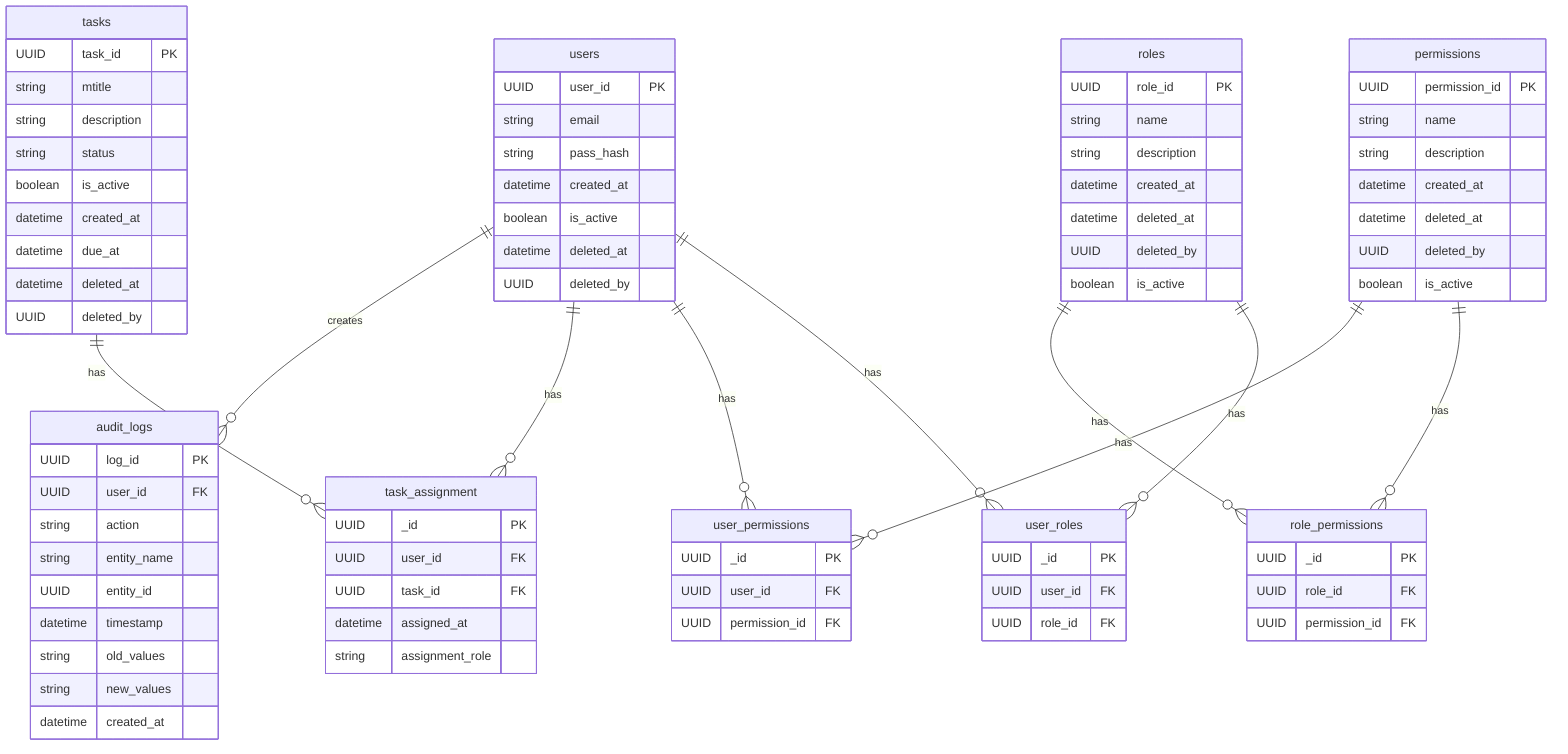
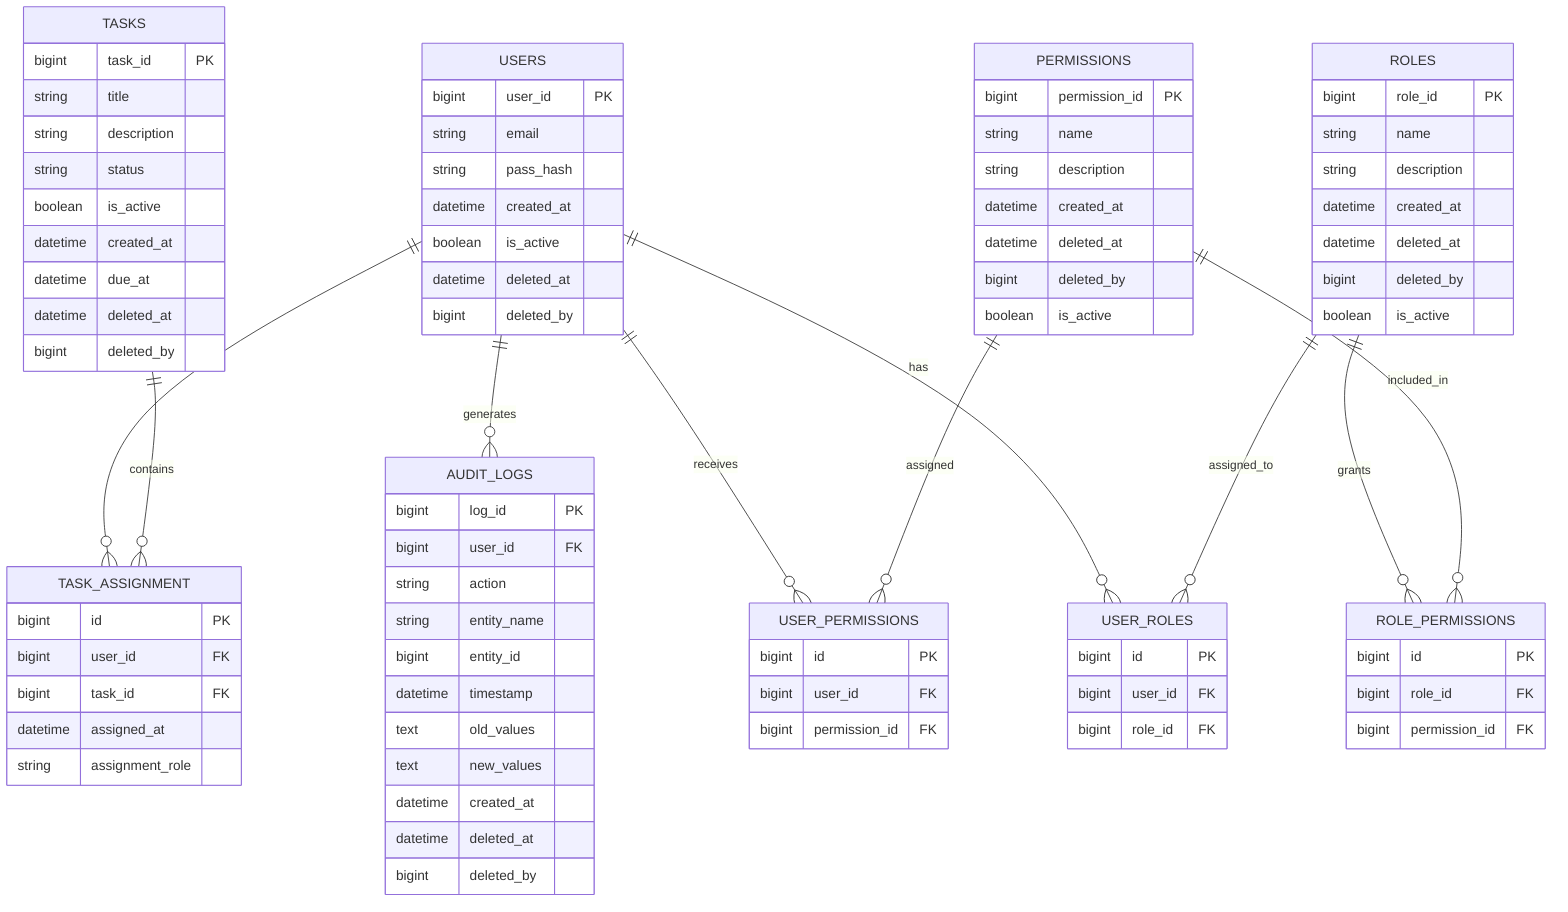
erDiagram
-     users {
-         UUID user_id PK
+ 
+     USERS {
+         bigint user_id PK
        string email
        string pass_hash
        datetime created_at
        boolean is_active
        datetime deleted_at
-         UUID deleted_by
+         bigint deleted_by
    }

-     roles {
-         UUID role_id PK
-         string name
-         string description
-         datetime created_at
-         datetime deleted_at
-         UUID deleted_by
-         boolean is_active
-     }
- 
-     permissions {
-         UUID permission_id PK
-         string name
-         string description
-         datetime created_at
-         datetime deleted_at
-         UUID deleted_by
-         boolean is_active
-     }
- 
-     tasks {
-         UUID task_id PK
-         string mtitle
+     TASKS {
+         bigint task_id PK
+         string title
        string description
        string status
        boolean is_active
        datetime created_at
        datetime due_at
        datetime deleted_at
-         UUID deleted_by
+         bigint deleted_by
    }

-     task_assignment {
-         UUID _id PK
-         UUID user_id FK
-         UUID task_id FK
+     ROLES {
+         bigint role_id PK
+         string name
+         string description
+         datetime created_at
+         datetime deleted_at
+         bigint deleted_by
+         boolean is_active
+     }
+ 
+     PERMISSIONS {
+         bigint permission_id PK
+         string name
+         string description
+         datetime created_at
+         datetime deleted_at
+         bigint deleted_by
+         boolean is_active
+     }
+ 
+     AUDIT_LOGS {
+         bigint log_id PK
+         bigint user_id FK
+         string action
+         string entity_name
+         bigint entity_id
+         datetime timestamp
+         text old_values
+         text new_values
+         datetime created_at
+         datetime deleted_at
+         bigint deleted_by
+     }
+ 
+     USER_ROLES {
+         bigint id PK
+         bigint user_id FK
+         bigint role_id FK
+     }
+ 
+     ROLE_PERMISSIONS {
+         bigint id PK
+         bigint role_id FK
+         bigint permission_id FK
+     }
+ 
+     USER_PERMISSIONS {
+         bigint id PK
+         bigint user_id FK
+         bigint permission_id FK
+     }
+ 
+     TASK_ASSIGNMENT {
+         bigint id PK
+         bigint user_id FK
+         bigint task_id FK
        datetime assigned_at
        string assignment_role
    }

-     user_roles {
-         UUID _id PK
-         UUID user_id FK
-         UUID role_id FK
-     }
+     USERS ||--o{ USER_ROLES : has
+     ROLES ||--o{ USER_ROLES : assigned_to

-     role_permissions {
-         UUID _id PK
-         UUID role_id FK
-         UUID permission_id FK
-     }
+     ROLES ||--o{ ROLE_PERMISSIONS : grants
+     PERMISSIONS ||--o{ ROLE_PERMISSIONS : included_in

-     user_permissions {
-         UUID _id PK
-         UUID user_id FK
-         UUID permission_id FK
-     }
+     USERS ||--o{ USER_PERMISSIONS : receives
+     PERMISSIONS ||--o{ USER_PERMISSIONS : assigned

-     audit_logs {
-         UUID log_id PK
-         UUID user_id FK
-         string action
-         string entity_name
-         UUID entity_id
-         datetime timestamp
-         string old_values
-         string new_values
-         datetime created_at
-     }
+     USERS ||--o{ TASK_ASSIGNMENT : participates
+     TASKS ||--o{ TASK_ASSIGNMENT : contains

-     users ||--o{ user_roles : has
-     roles ||--o{ user_roles : has
- 
-     roles ||--o{ role_permissions : has
-     permissions ||--o{ role_permissions : has
- 
-     users ||--o{ user_permissions : has
-     permissions ||--o{ user_permissions : has
- 
-     users ||--o{ task_assignment : has
-     tasks ||--o{ task_assignment : has
- 
-     users ||--o{ audit_logs : creates
+     USERS ||--o{ AUDIT_LOGS : generates